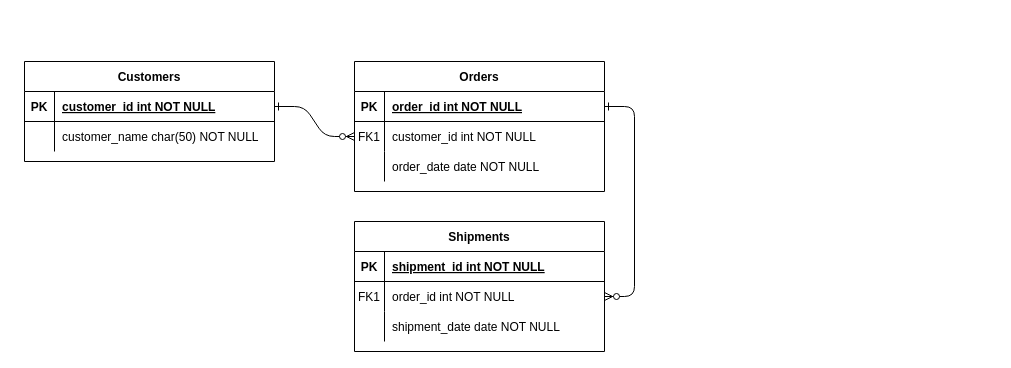
Earlier version of the draw.io diagram src/Manerger_Financial.drawio (DanielMuacatundaSamassumba/WatherApp). Source tidied: cells renumbered, new cells numbered last; positions are measured from the earlier drawing's top-left corner, leaving out a move shared by most shapes. Both pictures are drawn from the tidied source at 100%, with x=0, y=0 at pixel (24, 61).
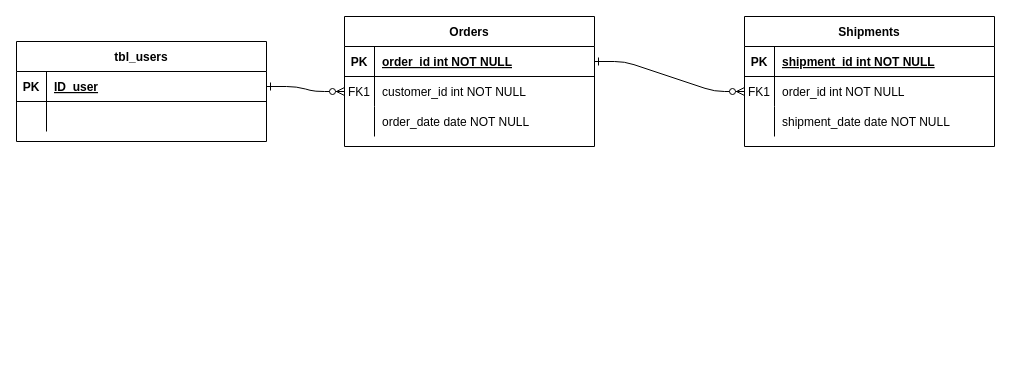
The same page after the edit.

Unchanged cells that the change refers to:
```xml
<mxCell id="25" style="shape=partialRectangle;fillColor=none;points=[[0,0.5],[1,0.5]];portConstraint=eastwest;top=0;left=0;right=0;bottom=1;" parent="24" vertex="1">
  <mxGeometry y="30" width="250" height="30" as="geometry" />
</mxCell>
<mxCell id="28" style="shape=partialRectangle;fillColor=none;top=0;left=0;right=0;bottom=0;" parent="24" vertex="1">
  <mxGeometry y="60" width="250" height="30" as="geometry" />
</mxCell>
```

Diff of the diagram source:
```diff
@@
     <mxCell id="4" value="Orders" style="shape=table;startSize=30;childLayout=tableLayout;rowLines=0;fontStyle=1;align=center;" parent="1" vertex="1">
-      <mxGeometry x="330" width="250" height="130" as="geometry" />
+      <mxGeometry x="320" y="-45" width="250" height="130" as="geometry" />
     </mxCell>
@@
     <mxCell id="14" value="Shipments" style="shape=table;startSize=30;childLayout=tableLayout;rowLines=0;fontStyle=1;align=center;" parent="1" vertex="1">
-      <mxGeometry x="330" y="160" width="250" height="130" as="geometry" />
+      <mxGeometry x="720" y="-45" width="250" height="130" as="geometry" />
     </mxCell>
@@
-    <mxCell id="24" value="Customers" style="shape=table;startSize=30;childLayout=tableLayout;rowLines=0;fontStyle=1;align=center;" parent="1" vertex="1">
-      <mxGeometry width="250" height="100" as="geometry" />
+    <mxCell id="24" value="tbl_users" style="shape=table;startSize=30;childLayout=tableLayout;rowLines=0;fontStyle=1;align=center;" parent="1" vertex="1">
+      <mxGeometry x="-8" y="-20" width="250" height="100" as="geometry" />
     </mxCell>
@@
-    <mxCell id="27" value="customer_id int NOT NULL " style="shape=partialRectangle;overflow=hidden;fillColor=none;top=0;left=0;bottom=0;right=0;align=left;spacingLeft=6;fontStyle=5;" parent="25" vertex="1">
+    <mxCell id="27" value="ID_user" style="shape=partialRectangle;overflow=hidden;fillColor=none;top=0;left=0;bottom=0;right=0;align=left;spacingLeft=6;fontStyle=5;" parent="25" vertex="1">
       <mxGeometry x="30" width="220" height="30" as="geometry" />
     </mxCell>
@@
-    <mxCell id="30" value="customer_name char(50) NOT NULL" style="shape=partialRectangle;overflow=hidden;fillColor=none;top=0;left=0;bottom=0;right=0;align=left;spacingLeft=6;" parent="28" vertex="1">
+    <mxCell id="30" style="shape=partialRectangle;overflow=hidden;fillColor=none;top=0;left=0;bottom=0;right=0;align=left;spacingLeft=6;" parent="28" vertex="1">
       <mxGeometry x="30" width="220" height="30" as="geometry" />
     </mxCell>
```
